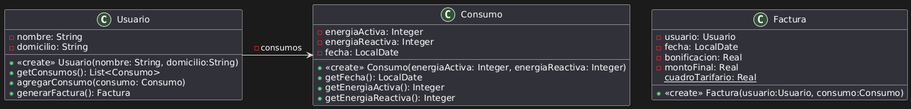
This is eclipse/OO1-2024/src/main/java/ar/edu/unlp/oo1/ejercicio15/UML.png from Francogrch/OO1-2024, a PlantUML export, as it was before one commit.
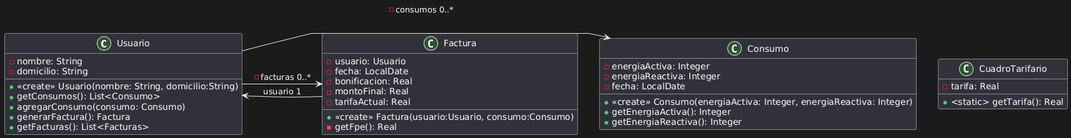
The same file after the commit.

Diff of the diagram source:
```diff
@@ -6,6 +6,7 @@
 + getConsumos(): List<Consumo>
 + agregarConsumo(consumo: Consumo)
 + generarFactura(): Factura
++ getFacturas(): List<Facturas>
 }
 
 class Consumo{
@@ -13,7 +14,6 @@
 - energiaReactiva: Integer
 - fecha: LocalDate
 + <<create>> Consumo(energiaActiva: Integer, energiaReactiva: Integer)
-+ getFecha(): LocalDate
 + getEnergiaActiva(): Integer
 + getEnergiaReactiva(): Integer
 }
@@ -23,10 +23,16 @@
 - fecha: LocalDate
 - bonificacion: Real
 - montoFinal: Real
-{static} cuadroTarifario: Real
+- tarifaActual: Real
 + <<create>> Factura(usuario:Usuario, consumo:Consumo)
-
+- getFpe(): Real
 }
 
-Usuario -> Consumo : -consumos
+class CuadroTarifario {
+- tarifa: Real
++ <static> getTarifa(): Real
+}
+Usuario -> Consumo : -consumos 0..*
+Usuario -> Factura : -facturas 0..*
+Factura -> Usuario : usuario 1
 @enduml
```
